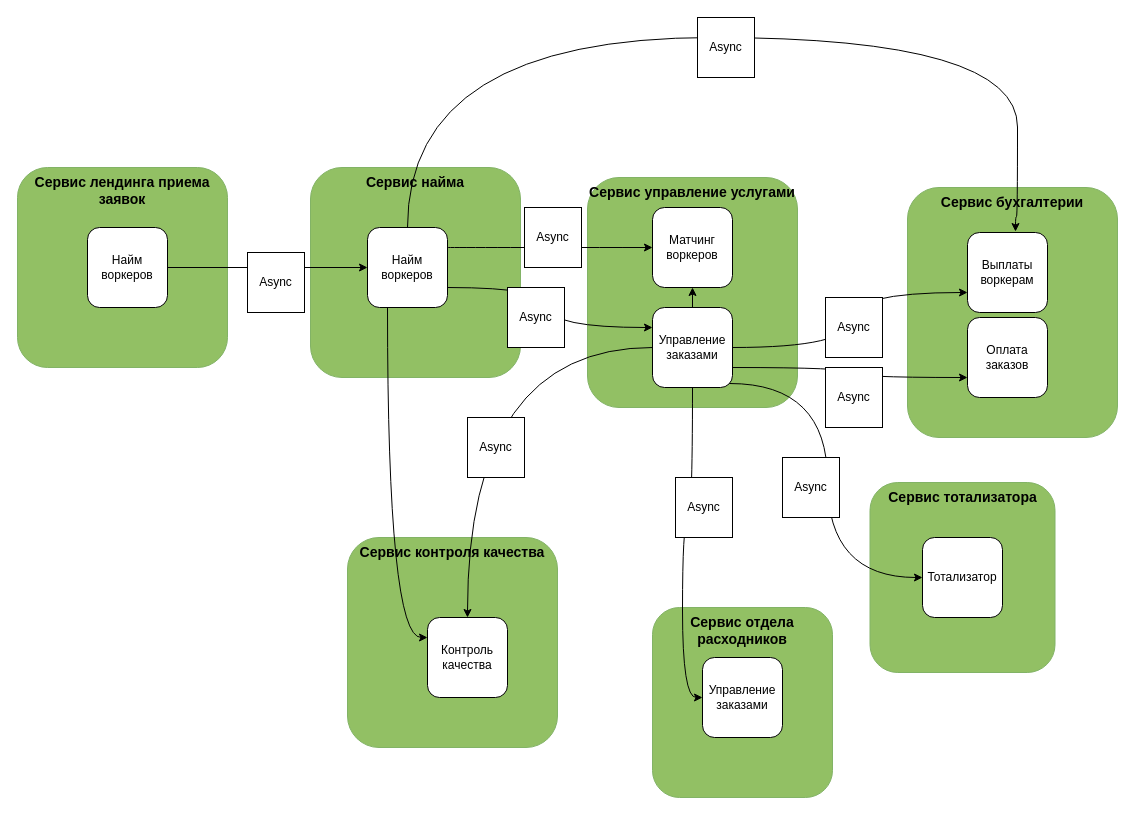
Above: draw/bounded-contexts-old.drawio in OkinawaNet/MCF (draw.io), before the change. Source tidied: cells renumbered, new cells numbered last; positions are measured from the earlier drawing's top-left corner, leaving out a move shared by most shapes. Both pictures are drawn from the tidied source at 100%, with x=0, y=0 at pixel (17, 17).
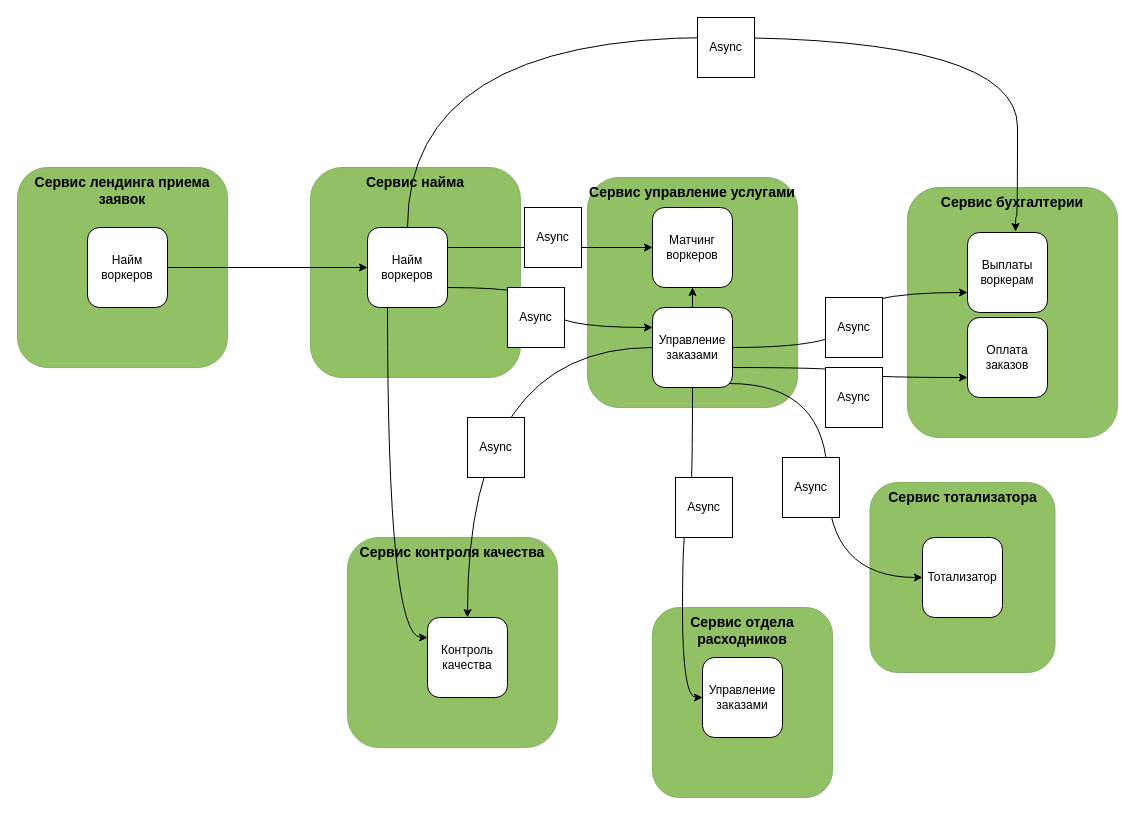
The same diagram, later.

Change to the diagram source:
```diff
@@
-    <mxCell id="29" value="Async" style="rounded=0;whiteSpace=wrap;html=1;" parent="1" vertex="1">
-      <mxGeometry x="230" y="235" width="57" height="60" as="geometry" />
-    </mxCell>
```
